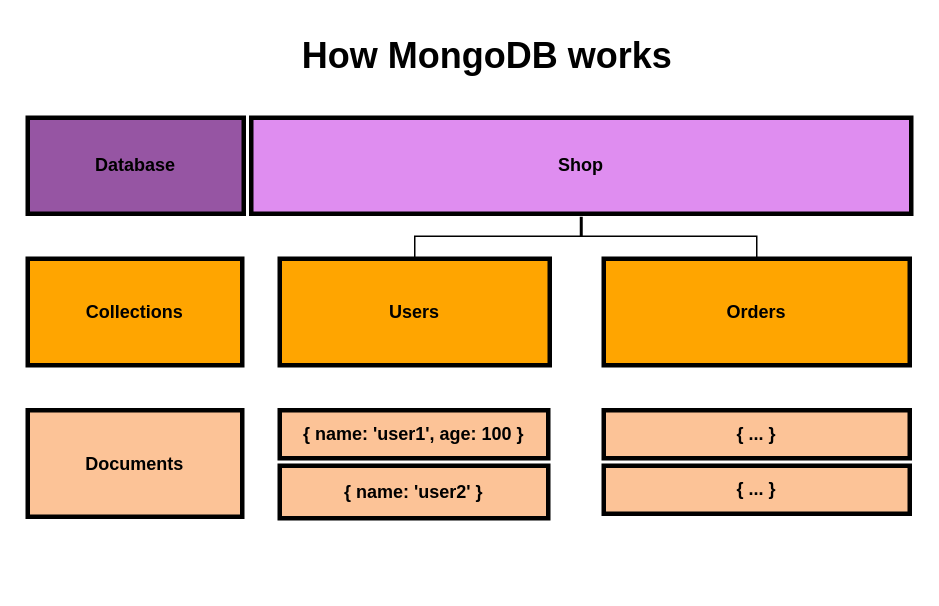
Before: page "2. how-MongoDB-works" (6 of 6) of Untitled Diagram.drawio in PhoenixYork166/Nodejs-MySQL, a draw.io diagram. Source tidied: cells renumbered, new cells numbered last; positions are measured from the earlier drawing's top-left corner, leaving out a move shared by most shapes. Both pictures are drawn from the tidied source at 150%, with x=0, y=0 at pixel (27, 26).
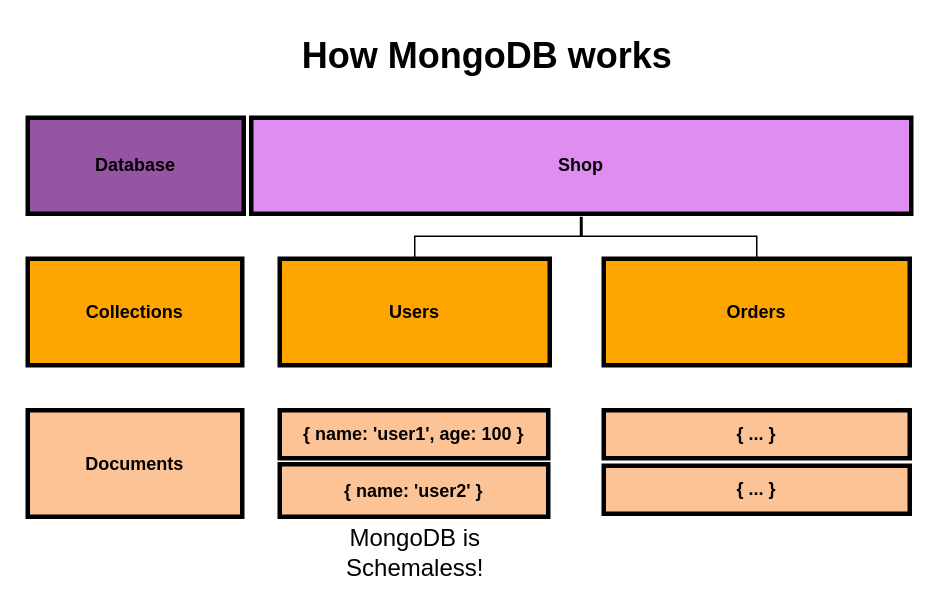
After the change.

What changed in the source:
```diff
@@
 <mxGraphModel>
   <root>
     <mxCell id="0" />
     <mxCell id="1" parent="0" />
     <mxCell id="2" value="How MongoDB works" style="text;strokeColor=none;fillColor=none;html=1;fontSize=24;fontStyle=1;verticalAlign=middle;align=center;" parent="1" vertex="1">
       <mxGeometry x="256" width="100" height="40" as="geometry" />
     </mxCell>
     <mxCell id="3" value="Database" style="whiteSpace=wrap;align=center;verticalAlign=middle;fontStyle=1;strokeWidth=3;fillColor=#9655a3;" parent="1" vertex="1">
       <mxGeometry y="61" width="144" height="64" as="geometry" />
     </mxCell>
     <mxCell id="4" value="Shop" style="whiteSpace=wrap;align=center;verticalAlign=middle;fontStyle=1;strokeWidth=3;fillColor=#df8df0;" parent="1" vertex="1">
       <mxGeometry x="149" y="61" width="440" height="64" as="geometry" />
     </mxCell>
     <mxCell id="5" value="Collections" style="whiteSpace=wrap;align=center;verticalAlign=middle;fontStyle=1;strokeWidth=3;fillColor=#FFA500;" parent="1" vertex="1">
       <mxGeometry y="155" width="143" height="71" as="geometry" />
     </mxCell>
     <mxCell id="6" value="Users" style="whiteSpace=wrap;align=center;verticalAlign=middle;fontStyle=1;strokeWidth=3;fillColor=#FFA500;" parent="1" vertex="1">
       <mxGeometry x="168" y="155" width="180" height="71" as="geometry" />
     </mxCell>
     <mxCell id="7" value="Orders" style="whiteSpace=wrap;align=center;verticalAlign=middle;fontStyle=1;strokeWidth=3;fillColor=#FFA500;" parent="1" vertex="1">
       <mxGeometry x="384" y="155" width="204" height="71" as="geometry" />
     </mxCell>
     <mxCell id="8" style="shape=partialRectangle;whiteSpace=wrap;html=1;bottom=1;right=1;left=1;top=0;fillColor=none;routingCenterX=-0.5;direction=west;" parent="1" vertex="1">
       <mxGeometry x="258" y="140" width="228" height="15" as="geometry" />
     </mxCell>
     <mxCell id="9" style="line;strokeWidth=2;direction=south;html=1;" parent="1" vertex="1">
       <mxGeometry x="364" y="127" width="10" height="13" as="geometry" />
     </mxCell>
     <mxCell id="10" value="Documents" style="whiteSpace=wrap;align=center;verticalAlign=middle;fontStyle=1;strokeWidth=3;fillColor=#fcc397;" parent="1" vertex="1">
       <mxGeometry y="256" width="143" height="71" as="geometry" />
     </mxCell>
     <mxCell id="11" value="{ name: 'user1', age: 100 }" style="whiteSpace=wrap;align=center;verticalAlign=middle;fontStyle=1;strokeWidth=3;fillColor=#fcc397;" parent="1" vertex="1">
       <mxGeometry x="168" y="256" width="179" height="32" as="geometry" />
     </mxCell>
     <mxCell id="12" value="{ name: 'user2' }" style="whiteSpace=wrap;align=center;verticalAlign=middle;fontStyle=1;strokeWidth=3;fillColor=#fcc397;" parent="1" vertex="1">
-      <mxGeometry x="168" y="293" width="179" height="35" as="geometry" />
+      <mxGeometry x="168" y="292" width="179" height="35" as="geometry" />
     </mxCell>
     <mxCell id="13" value="{ ... }" style="whiteSpace=wrap;align=center;verticalAlign=middle;fontStyle=1;strokeWidth=3;fillColor=#fcc397;" parent="1" vertex="1">
       <mxGeometry x="384" y="256" width="204" height="32" as="geometry" />
     </mxCell>
     <mxCell id="14" value="{ ... }" style="whiteSpace=wrap;align=center;verticalAlign=middle;fontStyle=1;strokeWidth=3;fillColor=#fcc397;" parent="1" vertex="1">
       <mxGeometry x="384" y="293" width="204" height="32" as="geometry" />
     </mxCell>
+    <mxCell id="15" value="MongoDB is Schemaless!" style="text;html=1;align=center;verticalAlign=middle;whiteSpace=wrap;rounded=0;fontSize=16;color=#FFA500;" parent="1" vertex="1">
+      <mxGeometry x="193.5" y="336" width="129" height="30" as="geometry" />
+    </mxCell>
   </root>
 </mxGraphModel>
```
